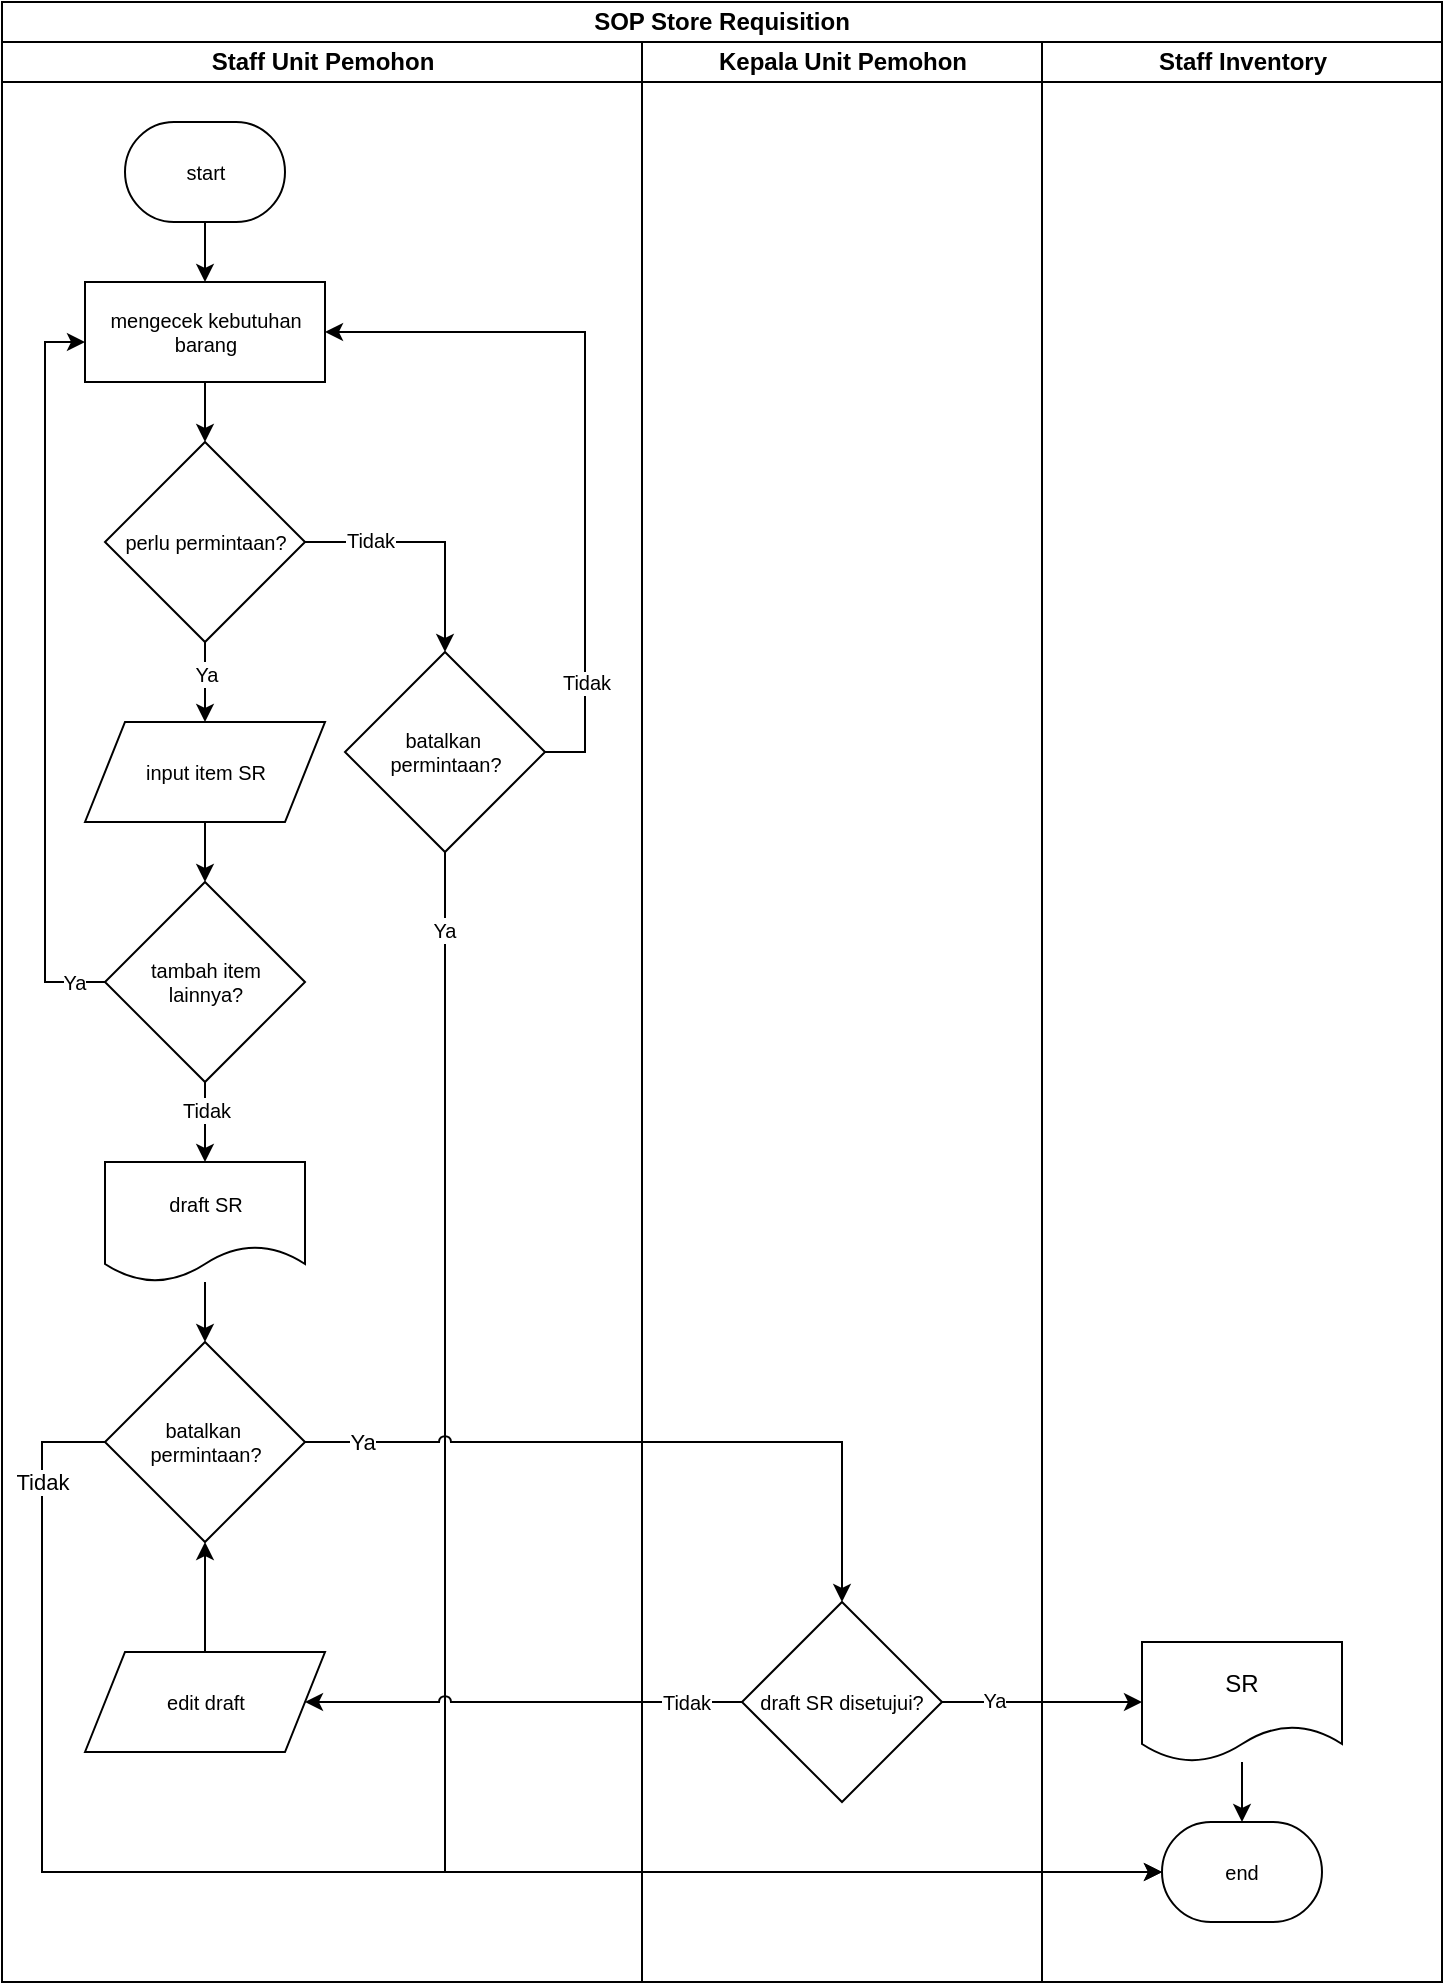
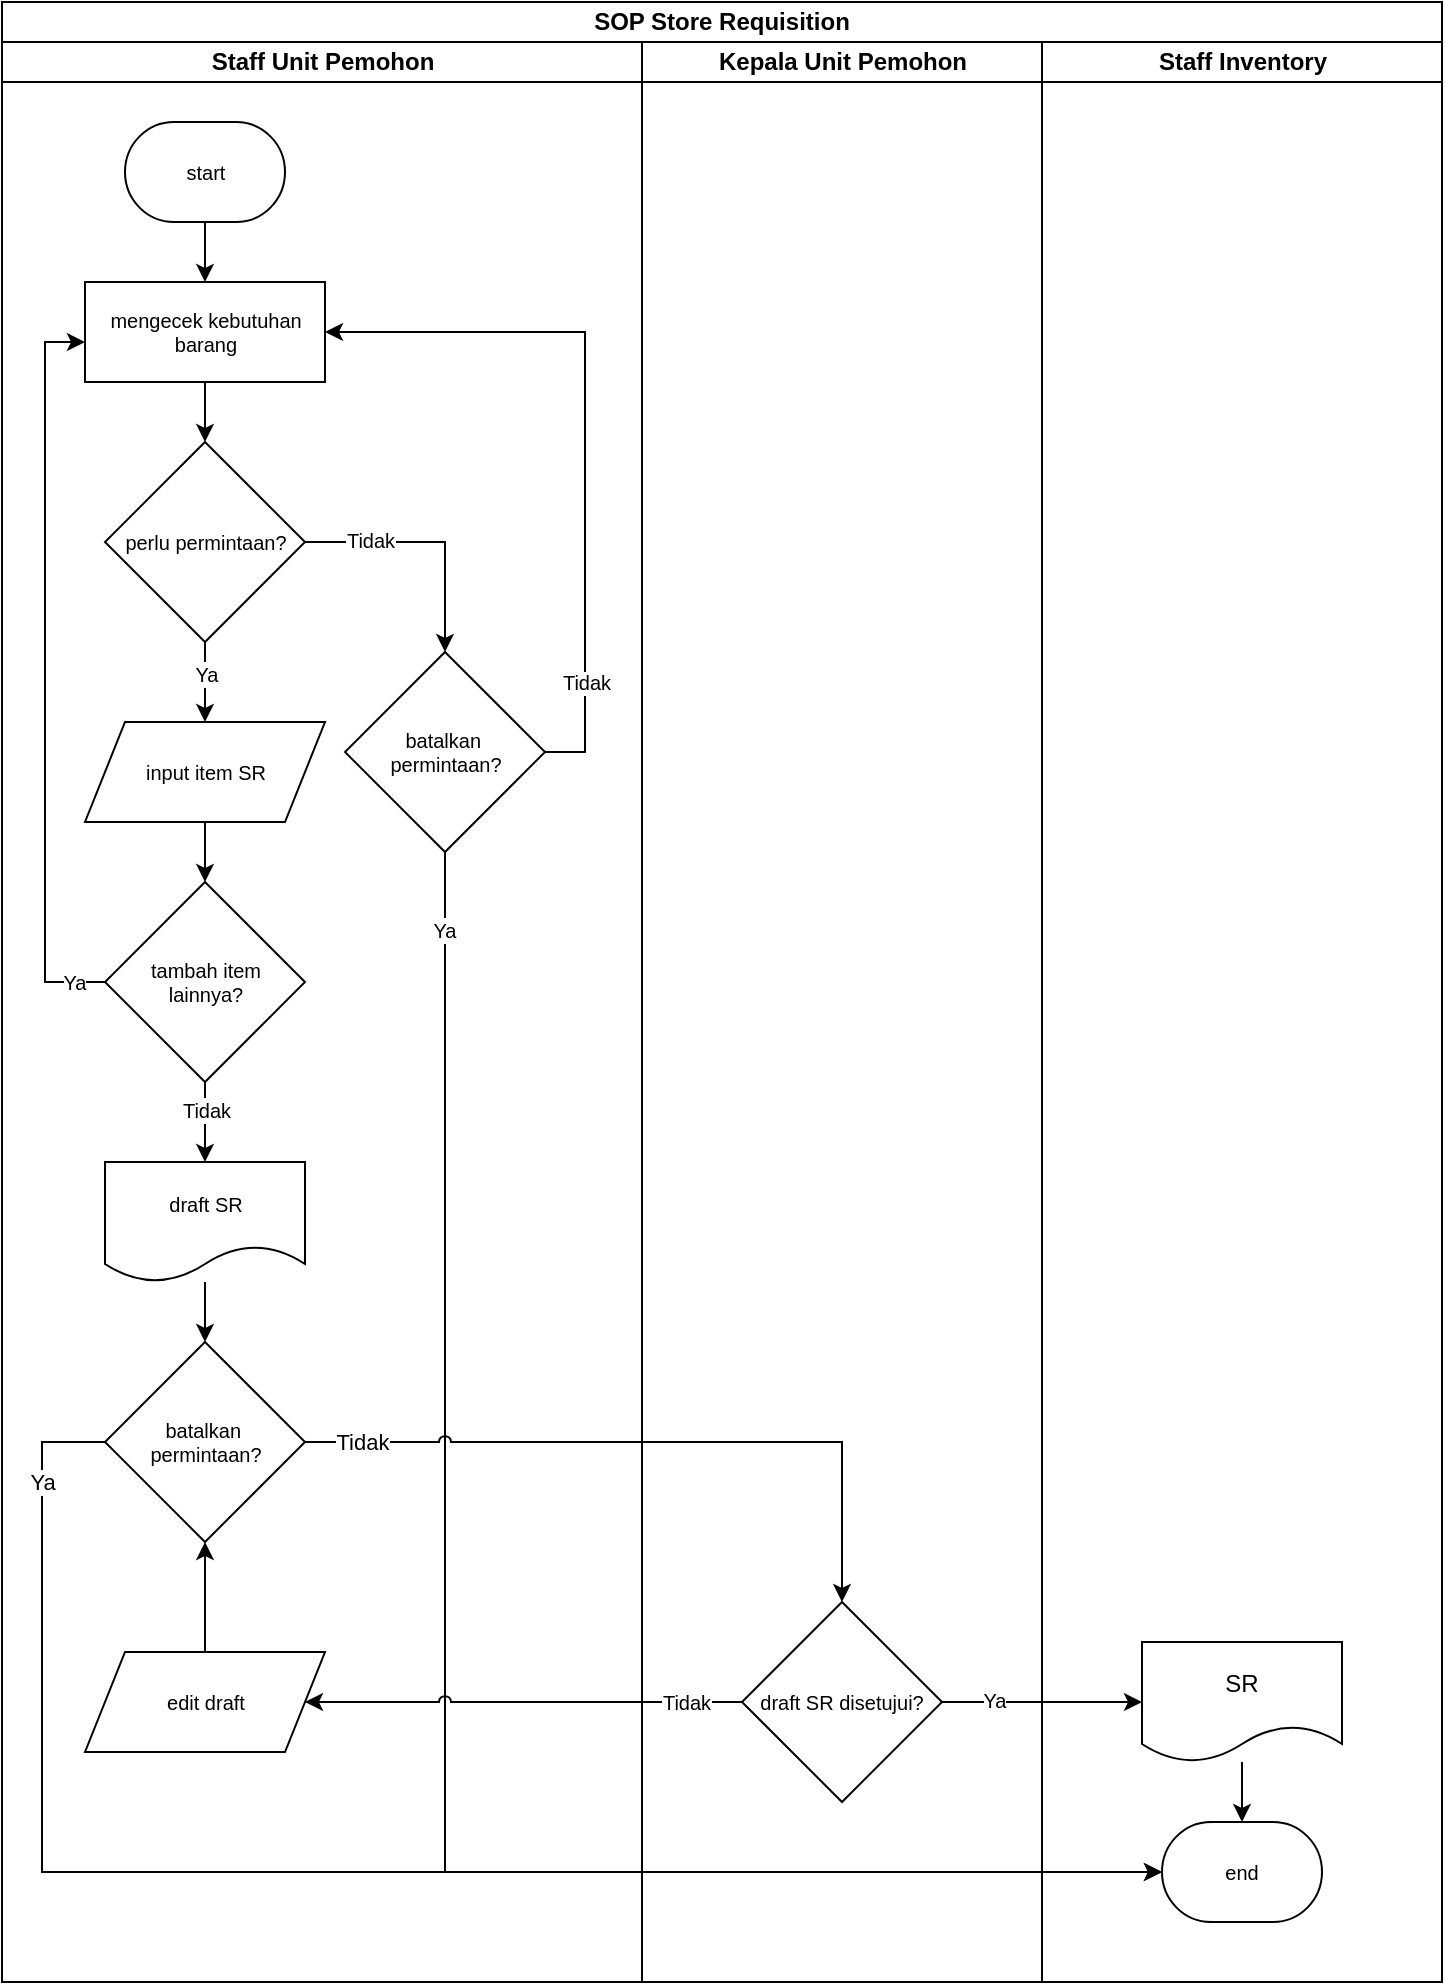
<mxfile host="app.diagrams.net" pages="2">
  <diagram name="SOP SR" id="mYAdajV0IufZudDyt58S">
-     <mxGraphModel dx="1394" dy="786" grid="1" gridSize="10" guides="1" tooltips="1" connect="1" arrows="1" fold="1" page="1" pageScale="1" pageWidth="850" pageHeight="1100" math="0" shadow="0">
+     <mxGraphModel dx="673" dy="379" grid="1" gridSize="10" guides="1" tooltips="1" connect="1" arrows="1" fold="1" page="1" pageScale="1" pageWidth="850" pageHeight="1100" math="0" shadow="0">
      <root>
        <mxCell id="ewqPmyVIHkz6pLOVAfYW-0" />
        <mxCell id="ewqPmyVIHkz6pLOVAfYW-1" parent="ewqPmyVIHkz6pLOVAfYW-0" />
        <mxCell id="ewqPmyVIHkz6pLOVAfYW-2" parent="ewqPmyVIHkz6pLOVAfYW-1" style="swimlane;html=1;childLayout=stackLayout;resizeParent=1;resizeParentMax=0;startSize=20;whiteSpace=wrap;" value="SOP Store Requisition" vertex="1">
          <mxGeometry height="990" width="720" x="600" y="330" as="geometry">
            <mxRectangle height="30" width="210" x="140" y="110" as="alternateBounds" />
          </mxGeometry>
        </mxCell>
        <mxCell id="ewqPmyVIHkz6pLOVAfYW-3" parent="ewqPmyVIHkz6pLOVAfYW-2" style="swimlane;html=1;startSize=20;" value="Staff Unit Pemohon" vertex="1">
          <mxGeometry height="970" width="320" y="20" as="geometry" />
        </mxCell>
        <mxCell id="ewqPmyVIHkz6pLOVAfYW-4" parent="ewqPmyVIHkz6pLOVAfYW-3" style="strokeWidth=1;html=1;shape=mxgraph.flowchart.terminator;whiteSpace=wrap;fontSize=10;align=center;horizontal=1;spacing=0;" value="start" vertex="1">
          <mxGeometry height="50" width="80" x="61.5" y="40" as="geometry" />
        </mxCell>
        <mxCell id="ewqPmyVIHkz6pLOVAfYW-5" parent="ewqPmyVIHkz6pLOVAfYW-3" style="rounded=0;whiteSpace=wrap;html=1;absoluteArcSize=1;arcSize=7;strokeWidth=1;fontSize=10;" value="mengecek kebutuhan barang" vertex="1">
          <mxGeometry height="50" width="120" x="41.5" y="120" as="geometry" />
        </mxCell>
        <mxCell id="ewqPmyVIHkz6pLOVAfYW-6" edge="1" parent="ewqPmyVIHkz6pLOVAfYW-3" source="ewqPmyVIHkz6pLOVAfYW-5" style="edgeStyle=orthogonalEdgeStyle;rounded=0;orthogonalLoop=1;jettySize=auto;html=1;" value="">
          <mxGeometry relative="1" as="geometry">
            <mxPoint x="101.5" y="200" as="targetPoint" />
          </mxGeometry>
        </mxCell>
        <mxCell id="ewqPmyVIHkz6pLOVAfYW-7" edge="1" parent="ewqPmyVIHkz6pLOVAfYW-3" source="ewqPmyVIHkz6pLOVAfYW-4" style="edgeStyle=orthogonalEdgeStyle;rounded=0;orthogonalLoop=1;jettySize=auto;html=1;" target="ewqPmyVIHkz6pLOVAfYW-5" value="">
          <mxGeometry relative="1" as="geometry" />
        </mxCell>
        <mxCell id="ewqPmyVIHkz6pLOVAfYW-8" edge="1" parent="ewqPmyVIHkz6pLOVAfYW-3" source="ewqPmyVIHkz6pLOVAfYW-9" style="edgeStyle=orthogonalEdgeStyle;rounded=0;orthogonalLoop=1;jettySize=auto;html=1;entryX=0.5;entryY=0;entryDx=0;entryDy=0;" target="ewqPmyVIHkz6pLOVAfYW-14" value="">
          <mxGeometry relative="1" as="geometry">
            <mxPoint x="101.52564102564111" y="330" as="targetPoint" />
          </mxGeometry>
        </mxCell>
        <mxCell id="OhGSODvtPTQOCyl8h_7D-8" connectable="0" parent="ewqPmyVIHkz6pLOVAfYW-8" style="edgeLabel;html=1;align=center;verticalAlign=middle;resizable=0;points=[];" value="&lt;font style=&quot;font-size: 10px;&quot;&gt;Ya&lt;/font&gt;" vertex="1">
          <mxGeometry relative="1" x="-0.6444" y="-1" as="geometry">
            <mxPoint x="1" y="9" as="offset" />
          </mxGeometry>
        </mxCell>
        <mxCell id="ewqPmyVIHkz6pLOVAfYW-9" parent="ewqPmyVIHkz6pLOVAfYW-3" style="rhombus;whiteSpace=wrap;html=1;fontSize=10;" value="perlu permintaan?" vertex="1">
          <mxGeometry height="100" width="100" x="51.5" y="200" as="geometry" />
        </mxCell>
        <mxCell id="ewqPmyVIHkz6pLOVAfYW-10" edge="1" parent="ewqPmyVIHkz6pLOVAfYW-3" source="ewqPmyVIHkz6pLOVAfYW-14" style="edgeStyle=orthogonalEdgeStyle;rounded=0;orthogonalLoop=1;jettySize=auto;html=1;" target="ewqPmyVIHkz6pLOVAfYW-13" value="">
          <mxGeometry relative="1" as="geometry">
            <Array as="points" />
            <mxPoint x="101.5" y="380" as="sourcePoint" />
          </mxGeometry>
        </mxCell>
        <mxCell id="ewqPmyVIHkz6pLOVAfYW-11" edge="1" parent="ewqPmyVIHkz6pLOVAfYW-3" source="ewqPmyVIHkz6pLOVAfYW-13" style="edgeStyle=orthogonalEdgeStyle;rounded=0;orthogonalLoop=1;jettySize=auto;html=1;" target="ewqPmyVIHkz6pLOVAfYW-5">
          <mxGeometry relative="1" as="geometry">
            <Array as="points">
              <mxPoint x="21.5" y="470" />
              <mxPoint x="21.5" y="150" />
            </Array>
            <mxPoint x="101.5" y="110" as="targetPoint" />
          </mxGeometry>
        </mxCell>
        <mxCell id="OhGSODvtPTQOCyl8h_7D-11" connectable="0" parent="ewqPmyVIHkz6pLOVAfYW-11" style="edgeLabel;html=1;align=center;verticalAlign=middle;resizable=0;points=[];" value="&lt;font style=&quot;font-size: 10px;&quot;&gt;Ya&lt;/font&gt;" vertex="1">
          <mxGeometry relative="1" x="-0.913" as="geometry">
            <mxPoint as="offset" />
          </mxGeometry>
        </mxCell>
        <mxCell id="ewqPmyVIHkz6pLOVAfYW-12" edge="1" parent="ewqPmyVIHkz6pLOVAfYW-3" source="ewqPmyVIHkz6pLOVAfYW-13" style="edgeStyle=orthogonalEdgeStyle;rounded=0;orthogonalLoop=1;jettySize=auto;html=1;entryX=0.5;entryY=0;entryDx=0;entryDy=0;" target="ewqPmyVIHkz6pLOVAfYW-15" value="">
          <mxGeometry relative="1" as="geometry">
            <mxPoint x="101.5" y="550" as="targetPoint" />
          </mxGeometry>
        </mxCell>
        <mxCell id="OhGSODvtPTQOCyl8h_7D-13" connectable="0" parent="ewqPmyVIHkz6pLOVAfYW-12" style="edgeLabel;html=1;align=center;verticalAlign=middle;resizable=0;points=[];" value="&lt;font style=&quot;font-size: 10px;&quot;&gt;Tidak&lt;/font&gt;" vertex="1">
          <mxGeometry relative="1" x="-0.49" y="-1" as="geometry">
            <mxPoint x="1" y="4" as="offset" />
          </mxGeometry>
        </mxCell>
        <mxCell id="ewqPmyVIHkz6pLOVAfYW-13" parent="ewqPmyVIHkz6pLOVAfYW-3" style="rhombus;whiteSpace=wrap;html=1;fontSize=10;" value="tambah item&lt;div&gt;lainnya?&lt;/div&gt;" vertex="1">
          <mxGeometry height="100" width="100" x="51.5" y="420" as="geometry" />
        </mxCell>
        <mxCell id="ewqPmyVIHkz6pLOVAfYW-14" parent="ewqPmyVIHkz6pLOVAfYW-3" style="shape=parallelogram;perimeter=parallelogramPerimeter;whiteSpace=wrap;html=1;fixedSize=1;" value="&lt;div style=&quot;&quot;&gt;&lt;span style=&quot;font-size: 10px;&quot;&gt;input item SR&lt;/span&gt;&lt;/div&gt;" vertex="1">
          <mxGeometry height="50" width="120" x="41.5" y="340" as="geometry" />
        </mxCell>
        <mxCell id="OhGSODvtPTQOCyl8h_7D-12" edge="1" parent="ewqPmyVIHkz6pLOVAfYW-3" source="ewqPmyVIHkz6pLOVAfYW-15" style="edgeStyle=orthogonalEdgeStyle;rounded=0;orthogonalLoop=1;jettySize=auto;html=1;entryX=0.5;entryY=0;entryDx=0;entryDy=0;" target="OhGSODvtPTQOCyl8h_7D-0">
          <mxGeometry relative="1" as="geometry" />
        </mxCell>
        <mxCell id="ewqPmyVIHkz6pLOVAfYW-15" parent="ewqPmyVIHkz6pLOVAfYW-3" style="shape=document;whiteSpace=wrap;html=1;boundedLbl=1;" value="&lt;font style=&quot;font-size: 10px;&quot;&gt;draft SR&lt;/font&gt;" vertex="1">
          <mxGeometry height="60" width="100" x="51.5" y="560" as="geometry" />
        </mxCell>
        <mxCell id="ewqPmyVIHkz6pLOVAfYW-18" edge="1" parent="ewqPmyVIHkz6pLOVAfYW-3" source="ewqPmyVIHkz6pLOVAfYW-9" style="edgeStyle=orthogonalEdgeStyle;rounded=0;orthogonalLoop=1;jettySize=auto;html=1;" target="ewqPmyVIHkz6pLOVAfYW-20">
          <mxGeometry relative="1" as="geometry">
            <Array as="points">
              <mxPoint x="221.5" y="250" />
            </Array>
          </mxGeometry>
        </mxCell>
        <mxCell id="OhGSODvtPTQOCyl8h_7D-7" connectable="0" parent="ewqPmyVIHkz6pLOVAfYW-18" style="edgeLabel;html=1;align=center;verticalAlign=middle;resizable=0;points=[];" value="&lt;span style=&quot;font-size: 10px; white-space: normal;&quot;&gt;Tidak&lt;/span&gt;" vertex="1">
          <mxGeometry relative="1" x="-0.4896" y="1" as="geometry">
            <mxPoint as="offset" />
          </mxGeometry>
        </mxCell>
        <mxCell id="ewqPmyVIHkz6pLOVAfYW-19" edge="1" parent="ewqPmyVIHkz6pLOVAfYW-3" source="ewqPmyVIHkz6pLOVAfYW-20" style="edgeStyle=orthogonalEdgeStyle;rounded=0;orthogonalLoop=1;jettySize=auto;html=1;" target="ewqPmyVIHkz6pLOVAfYW-5">
          <mxGeometry relative="1" as="geometry">
            <Array as="points">
              <mxPoint x="291.5" y="355" />
              <mxPoint x="291.5" y="145" />
            </Array>
          </mxGeometry>
        </mxCell>
        <mxCell id="OhGSODvtPTQOCyl8h_7D-6" connectable="0" parent="ewqPmyVIHkz6pLOVAfYW-19" style="edgeLabel;html=1;align=center;verticalAlign=middle;resizable=0;points=[];fontSize=10;" value="Tidak" vertex="1">
          <mxGeometry relative="1" x="-0.5585" as="geometry">
            <mxPoint y="24" as="offset" />
          </mxGeometry>
        </mxCell>
        <mxCell id="ewqPmyVIHkz6pLOVAfYW-20" parent="ewqPmyVIHkz6pLOVAfYW-3" style="rhombus;whiteSpace=wrap;html=1;fontSize=10;" value="batalkan&amp;nbsp;&lt;div&gt;permintaan?&lt;/div&gt;" vertex="1">
          <mxGeometry height="100" width="100" x="171.5" y="305" as="geometry" />
        </mxCell>
        <mxCell id="OhGSODvtPTQOCyl8h_7D-0" parent="ewqPmyVIHkz6pLOVAfYW-3" style="rhombus;whiteSpace=wrap;html=1;fontSize=10;" value="batalkan&amp;nbsp;&lt;div&gt;permintaan?&lt;/div&gt;" vertex="1">
          <mxGeometry height="100" width="100" x="51.5" y="650" as="geometry" />
        </mxCell>
        <mxCell id="ewqPmyVIHkz6pLOVAfYW-16" edge="1" parent="ewqPmyVIHkz6pLOVAfYW-3" source="ewqPmyVIHkz6pLOVAfYW-17" style="edgeStyle=orthogonalEdgeStyle;rounded=0;orthogonalLoop=1;jettySize=auto;html=1;entryX=0.5;entryY=1;entryDx=0;entryDy=0;" target="OhGSODvtPTQOCyl8h_7D-0" value="">
          <mxGeometry relative="1" as="geometry">
            <mxPoint x="131.5" y="770" as="targetPoint" />
          </mxGeometry>
        </mxCell>
        <mxCell id="ewqPmyVIHkz6pLOVAfYW-17" parent="ewqPmyVIHkz6pLOVAfYW-3" style="shape=parallelogram;perimeter=parallelogramPerimeter;whiteSpace=wrap;html=1;fixedSize=1;" value="&lt;span style=&quot;font-size: 10px;&quot;&gt;edit draft&lt;/span&gt;" vertex="1">
          <mxGeometry height="50" width="120" x="41.5" y="805" as="geometry" />
        </mxCell>
        <mxCell id="ewqPmyVIHkz6pLOVAfYW-27" parent="ewqPmyVIHkz6pLOVAfYW-2" style="swimlane;html=1;startSize=20;" value="Kepala Unit Pemohon" vertex="1">
          <mxGeometry height="970" width="200" x="320" y="20" as="geometry" />
        </mxCell>
        <mxCell id="ewqPmyVIHkz6pLOVAfYW-31" parent="ewqPmyVIHkz6pLOVAfYW-2" style="swimlane;html=1;startSize=20;" value="Staff Inventory" vertex="1">
          <mxGeometry height="970" width="200" x="520" y="20" as="geometry">
            <mxRectangle height="810" width="40" x="490" y="20" as="alternateBounds" />
          </mxGeometry>
        </mxCell>
        <mxCell id="ewqPmyVIHkz6pLOVAfYW-28" parent="ewqPmyVIHkz6pLOVAfYW-31" style="rhombus;whiteSpace=wrap;html=1;fontSize=10;" value="draft SR disetujui?" vertex="1">
          <mxGeometry height="100" width="100" x="-150" y="780" as="geometry" />
        </mxCell>
        <mxCell id="ewqPmyVIHkz6pLOVAfYW-32" edge="1" parent="ewqPmyVIHkz6pLOVAfYW-31" source="ewqPmyVIHkz6pLOVAfYW-33" style="edgeStyle=orthogonalEdgeStyle;rounded=0;orthogonalLoop=1;jettySize=auto;html=1;" target="ewqPmyVIHkz6pLOVAfYW-34" value="">
          <mxGeometry relative="1" as="geometry" />
        </mxCell>
        <mxCell id="ewqPmyVIHkz6pLOVAfYW-33" parent="ewqPmyVIHkz6pLOVAfYW-31" style="shape=document;whiteSpace=wrap;html=1;boundedLbl=1;" value="SR" vertex="1">
          <mxGeometry height="60" width="100" x="50" y="800" as="geometry" />
        </mxCell>
        <mxCell id="ewqPmyVIHkz6pLOVAfYW-34" parent="ewqPmyVIHkz6pLOVAfYW-31" style="strokeWidth=1;html=1;shape=mxgraph.flowchart.terminator;whiteSpace=wrap;fontSize=10;align=center;horizontal=1;spacing=0;" value="end" vertex="1">
          <mxGeometry height="50" width="80" x="60" y="890" as="geometry" />
        </mxCell>
        <mxCell id="ewqPmyVIHkz6pLOVAfYW-36" edge="1" parent="ewqPmyVIHkz6pLOVAfYW-31" source="ewqPmyVIHkz6pLOVAfYW-28" style="edgeStyle=orthogonalEdgeStyle;rounded=0;orthogonalLoop=1;jettySize=auto;html=1;" target="ewqPmyVIHkz6pLOVAfYW-33" value="">
          <mxGeometry relative="1" as="geometry" />
        </mxCell>
        <mxCell id="OhGSODvtPTQOCyl8h_7D-15" connectable="0" parent="ewqPmyVIHkz6pLOVAfYW-36" style="edgeLabel;html=1;align=center;verticalAlign=middle;resizable=0;points=[];" value="&lt;font style=&quot;font-size: 10px;&quot;&gt;Ya&lt;/font&gt;" vertex="1">
          <mxGeometry relative="1" x="-0.479" y="1" as="geometry">
            <mxPoint as="offset" />
          </mxGeometry>
        </mxCell>
        <mxCell id="ewqPmyVIHkz6pLOVAfYW-38" edge="1" parent="ewqPmyVIHkz6pLOVAfYW-2" source="ewqPmyVIHkz6pLOVAfYW-20" style="edgeStyle=orthogonalEdgeStyle;rounded=0;orthogonalLoop=1;jettySize=auto;html=1;jumpStyle=arc;" target="ewqPmyVIHkz6pLOVAfYW-34">
          <mxGeometry relative="1" as="geometry">
            <Array as="points">
              <mxPoint x="222" y="935" />
            </Array>
          </mxGeometry>
        </mxCell>
        <mxCell id="OhGSODvtPTQOCyl8h_7D-10" connectable="0" parent="ewqPmyVIHkz6pLOVAfYW-38" style="edgeLabel;html=1;align=center;verticalAlign=middle;resizable=0;points=[];" value="&lt;font style=&quot;font-size: 10px;&quot;&gt;Ya&lt;/font&gt;" vertex="1">
          <mxGeometry relative="1" x="-0.9101" y="-1" as="geometry">
            <mxPoint as="offset" />
          </mxGeometry>
        </mxCell>
        <mxCell id="ewqPmyVIHkz6pLOVAfYW-35" edge="1" parent="ewqPmyVIHkz6pLOVAfYW-2" source="OhGSODvtPTQOCyl8h_7D-0" style="edgeStyle=orthogonalEdgeStyle;rounded=0;orthogonalLoop=1;jettySize=auto;html=1;exitX=1;exitY=0.5;exitDx=0;exitDy=0;jumpStyle=arc;" target="ewqPmyVIHkz6pLOVAfYW-28">
          <mxGeometry relative="1" as="geometry">
            <mxPoint x="170" y="760" as="sourcePoint" />
          </mxGeometry>
        </mxCell>
-         <mxCell id="OhGSODvtPTQOCyl8h_7D-3" connectable="0" parent="ewqPmyVIHkz6pLOVAfYW-35" style="edgeLabel;html=1;align=center;verticalAlign=middle;resizable=0;points=[];" value="Ya" vertex="1">
+         <mxCell id="OhGSODvtPTQOCyl8h_7D-3" connectable="0" parent="ewqPmyVIHkz6pLOVAfYW-35" style="edgeLabel;html=1;align=center;verticalAlign=middle;resizable=0;points=[];" value="Tidak" vertex="1">
          <mxGeometry relative="1" x="-0.7504" y="-1" as="geometry">
            <mxPoint x="-15" y="-1" as="offset" />
          </mxGeometry>
        </mxCell>
        <mxCell id="OhGSODvtPTQOCyl8h_7D-1" edge="1" parent="ewqPmyVIHkz6pLOVAfYW-2" source="OhGSODvtPTQOCyl8h_7D-0" style="edgeStyle=orthogonalEdgeStyle;rounded=0;orthogonalLoop=1;jettySize=auto;html=1;entryX=0;entryY=0.5;entryDx=0;entryDy=0;entryPerimeter=0;jumpStyle=arc;" target="ewqPmyVIHkz6pLOVAfYW-34">
          <mxGeometry relative="1" as="geometry">
            <Array as="points">
              <mxPoint x="20" y="720" />
              <mxPoint x="20" y="935" />
            </Array>
          </mxGeometry>
        </mxCell>
-         <mxCell id="OhGSODvtPTQOCyl8h_7D-2" connectable="0" parent="OhGSODvtPTQOCyl8h_7D-1" style="edgeLabel;html=1;align=center;verticalAlign=middle;resizable=0;points=[];" value="Tidak" vertex="1">
+         <mxCell id="OhGSODvtPTQOCyl8h_7D-2" connectable="0" parent="OhGSODvtPTQOCyl8h_7D-1" style="edgeLabel;html=1;align=center;verticalAlign=middle;resizable=0;points=[];" value="Ya" vertex="1">
          <mxGeometry relative="1" x="-0.9591" y="-1" as="geometry">
            <mxPoint x="-15" y="21" as="offset" />
          </mxGeometry>
        </mxCell>
        <mxCell id="ewqPmyVIHkz6pLOVAfYW-37" edge="1" parent="ewqPmyVIHkz6pLOVAfYW-2" source="ewqPmyVIHkz6pLOVAfYW-28" style="edgeStyle=orthogonalEdgeStyle;rounded=0;orthogonalLoop=1;jettySize=auto;html=1;jumpStyle=arc;" target="ewqPmyVIHkz6pLOVAfYW-17">
          <mxGeometry relative="1" as="geometry">
            <Array as="points" />
            <mxPoint x="130" y="850" as="targetPoint" />
          </mxGeometry>
        </mxCell>
        <mxCell id="OhGSODvtPTQOCyl8h_7D-14" connectable="0" parent="ewqPmyVIHkz6pLOVAfYW-37" style="edgeLabel;html=1;align=center;verticalAlign=middle;resizable=0;points=[];" value="&lt;font style=&quot;font-size: 10px;&quot;&gt;Tidak&lt;/font&gt;" vertex="1">
          <mxGeometry relative="1" x="-0.7459" as="geometry">
            <mxPoint as="offset" />
          </mxGeometry>
        </mxCell>
      </root>
    </mxGraphModel>
  </diagram>
  <diagram name="SOP PR" id="-7YdF_Z_4hD_neaPn9do">
    <mxGraphModel dx="849" dy="478" grid="1" gridSize="10" guides="1" tooltips="1" connect="1" arrows="1" fold="1" page="1" pageScale="1" pageWidth="850" pageHeight="1100" math="0" shadow="0">
      <root>
        <mxCell id="0" />
        <mxCell id="1" parent="0" />
        <mxCell id="FgAdxiRBUQnmOL_wIOqZ-3" parent="1" style="swimlane;html=1;childLayout=stackLayout;resizeParent=1;resizeParentMax=0;startSize=20;whiteSpace=wrap;" value="SOP Purchase Requisition" vertex="1">
          <mxGeometry height="830" width="690" x="610" y="360" as="geometry">
            <mxRectangle height="30" width="210" x="140" y="110" as="alternateBounds" />
          </mxGeometry>
        </mxCell>
        <mxCell id="FgAdxiRBUQnmOL_wIOqZ-4" parent="FgAdxiRBUQnmOL_wIOqZ-3" style="swimlane;html=1;startSize=20;" value="Staff Inventory" vertex="1">
          <mxGeometry height="810" width="290" y="20" as="geometry" />
        </mxCell>
        <mxCell id="FgAdxiRBUQnmOL_wIOqZ-5" parent="FgAdxiRBUQnmOL_wIOqZ-4" style="strokeWidth=1;html=1;shape=mxgraph.flowchart.terminator;whiteSpace=wrap;fontSize=10;align=center;horizontal=1;spacing=0;" value="start" vertex="1">
          <mxGeometry height="50" width="80" x="50" y="40" as="geometry" />
        </mxCell>
        <mxCell id="FgAdxiRBUQnmOL_wIOqZ-6" parent="FgAdxiRBUQnmOL_wIOqZ-4" style="rounded=0;whiteSpace=wrap;html=1;absoluteArcSize=1;arcSize=7;strokeWidth=1;fontSize=10;" value="mengecek stok&lt;div&gt;barang&lt;/div&gt;" vertex="1">
          <mxGeometry height="50" width="120" x="30" y="120" as="geometry" />
        </mxCell>
        <mxCell id="FgAdxiRBUQnmOL_wIOqZ-7" edge="1" parent="FgAdxiRBUQnmOL_wIOqZ-4" source="FgAdxiRBUQnmOL_wIOqZ-6" style="edgeStyle=orthogonalEdgeStyle;rounded=0;orthogonalLoop=1;jettySize=auto;html=1;" value="">
          <mxGeometry relative="1" as="geometry">
            <mxPoint x="90" y="200" as="targetPoint" />
          </mxGeometry>
        </mxCell>
        <mxCell id="FgAdxiRBUQnmOL_wIOqZ-8" edge="1" parent="FgAdxiRBUQnmOL_wIOqZ-4" source="FgAdxiRBUQnmOL_wIOqZ-5" style="edgeStyle=orthogonalEdgeStyle;rounded=0;orthogonalLoop=1;jettySize=auto;html=1;" target="FgAdxiRBUQnmOL_wIOqZ-6" value="">
          <mxGeometry relative="1" as="geometry" />
        </mxCell>
        <mxCell id="FgAdxiRBUQnmOL_wIOqZ-9" edge="1" parent="FgAdxiRBUQnmOL_wIOqZ-4" source="FgAdxiRBUQnmOL_wIOqZ-10" style="edgeStyle=orthogonalEdgeStyle;rounded=0;orthogonalLoop=1;jettySize=auto;html=1;" value="">
          <mxGeometry relative="1" as="geometry">
            <mxPoint x="90.02564102564111" y="330" as="targetPoint" />
          </mxGeometry>
        </mxCell>
        <mxCell id="FgAdxiRBUQnmOL_wIOqZ-10" parent="FgAdxiRBUQnmOL_wIOqZ-4" style="rhombus;whiteSpace=wrap;html=1;fontSize=10;" value="perlu&lt;div&gt;pengadaan?&lt;/div&gt;" vertex="1">
          <mxGeometry height="100" width="100" x="40" y="200" as="geometry" />
        </mxCell>
        <mxCell id="FgAdxiRBUQnmOL_wIOqZ-11" edge="1" parent="FgAdxiRBUQnmOL_wIOqZ-4" source="FgAdxiRBUQnmOL_wIOqZ-15" style="edgeStyle=orthogonalEdgeStyle;rounded=0;orthogonalLoop=1;jettySize=auto;html=1;" target="FgAdxiRBUQnmOL_wIOqZ-14" value="">
          <mxGeometry relative="1" as="geometry">
            <Array as="points" />
            <mxPoint x="90" y="380" as="sourcePoint" />
          </mxGeometry>
        </mxCell>
        <mxCell id="FgAdxiRBUQnmOL_wIOqZ-12" edge="1" parent="FgAdxiRBUQnmOL_wIOqZ-4" source="FgAdxiRBUQnmOL_wIOqZ-14" style="edgeStyle=orthogonalEdgeStyle;rounded=0;orthogonalLoop=1;jettySize=auto;html=1;" target="FgAdxiRBUQnmOL_wIOqZ-6">
          <mxGeometry relative="1" as="geometry">
            <Array as="points">
              <mxPoint x="10" y="470" />
              <mxPoint x="10" y="150" />
            </Array>
            <mxPoint x="90" y="110" as="targetPoint" />
          </mxGeometry>
        </mxCell>
        <mxCell id="FgAdxiRBUQnmOL_wIOqZ-13" edge="1" parent="FgAdxiRBUQnmOL_wIOqZ-4" source="FgAdxiRBUQnmOL_wIOqZ-14" style="edgeStyle=orthogonalEdgeStyle;rounded=0;orthogonalLoop=1;jettySize=auto;html=1;" value="">
          <mxGeometry relative="1" as="geometry">
            <mxPoint x="90" y="550" as="targetPoint" />
          </mxGeometry>
        </mxCell>
        <mxCell id="FgAdxiRBUQnmOL_wIOqZ-14" parent="FgAdxiRBUQnmOL_wIOqZ-4" style="rhombus;whiteSpace=wrap;html=1;fontSize=10;" value="tambah item&lt;div&gt;lainnya?&lt;/div&gt;" vertex="1">
          <mxGeometry height="100" width="100" x="40" y="420" as="geometry" />
        </mxCell>
        <mxCell id="FgAdxiRBUQnmOL_wIOqZ-15" parent="FgAdxiRBUQnmOL_wIOqZ-4" style="shape=parallelogram;perimeter=parallelogramPerimeter;whiteSpace=wrap;html=1;fixedSize=1;" value="&lt;div style=&quot;font-size: 10px;&quot;&gt;&lt;font style=&quot;font-size: 10px;&quot;&gt;input&lt;/font&gt;&lt;/div&gt;&lt;div style=&quot;font-size: 10px;&quot;&gt;&lt;font style=&quot;font-size: 10px;&quot;&gt;item PR&lt;/font&gt;&lt;/div&gt;" vertex="1">
          <mxGeometry height="50" width="120" x="30" y="330" as="geometry" />
        </mxCell>
        <mxCell id="FgAdxiRBUQnmOL_wIOqZ-16" parent="FgAdxiRBUQnmOL_wIOqZ-4" style="shape=document;whiteSpace=wrap;html=1;boundedLbl=1;" value="&lt;font style=&quot;font-size: 10px;&quot;&gt;draft PR&lt;/font&gt;" vertex="1">
          <mxGeometry height="60" width="100" x="40" y="550" as="geometry" />
        </mxCell>
        <mxCell id="FgAdxiRBUQnmOL_wIOqZ-17" edge="1" parent="FgAdxiRBUQnmOL_wIOqZ-4" source="FgAdxiRBUQnmOL_wIOqZ-18" style="edgeStyle=orthogonalEdgeStyle;rounded=0;orthogonalLoop=1;jettySize=auto;html=1;" target="FgAdxiRBUQnmOL_wIOqZ-16" value="">
          <mxGeometry relative="1" as="geometry" />
        </mxCell>
        <mxCell id="FgAdxiRBUQnmOL_wIOqZ-18" parent="FgAdxiRBUQnmOL_wIOqZ-4" style="shape=parallelogram;perimeter=parallelogramPerimeter;whiteSpace=wrap;html=1;fixedSize=1;" value="&lt;span style=&quot;font-size: 10px;&quot;&gt;edit draft&lt;/span&gt;" vertex="1">
          <mxGeometry height="50" width="120" x="30" y="645" as="geometry" />
        </mxCell>
        <mxCell id="FgAdxiRBUQnmOL_wIOqZ-19" edge="1" parent="FgAdxiRBUQnmOL_wIOqZ-4" source="FgAdxiRBUQnmOL_wIOqZ-10" style="edgeStyle=orthogonalEdgeStyle;rounded=0;orthogonalLoop=1;jettySize=auto;html=1;" target="FgAdxiRBUQnmOL_wIOqZ-21">
          <mxGeometry relative="1" as="geometry">
            <Array as="points">
              <mxPoint x="210" y="250" />
            </Array>
          </mxGeometry>
        </mxCell>
        <mxCell id="FgAdxiRBUQnmOL_wIOqZ-20" edge="1" parent="FgAdxiRBUQnmOL_wIOqZ-4" source="FgAdxiRBUQnmOL_wIOqZ-21" style="edgeStyle=orthogonalEdgeStyle;rounded=0;orthogonalLoop=1;jettySize=auto;html=1;" target="FgAdxiRBUQnmOL_wIOqZ-6">
          <mxGeometry relative="1" as="geometry">
            <Array as="points">
              <mxPoint x="280" y="355" />
              <mxPoint x="280" y="145" />
            </Array>
          </mxGeometry>
        </mxCell>
        <mxCell id="FgAdxiRBUQnmOL_wIOqZ-21" parent="FgAdxiRBUQnmOL_wIOqZ-4" style="rhombus;whiteSpace=wrap;html=1;fontSize=10;" value="batalkan&lt;div&gt;pengadaan?&lt;/div&gt;" vertex="1">
          <mxGeometry height="100" width="100" x="160" y="305" as="geometry" />
        </mxCell>
        <mxCell id="FgAdxiRBUQnmOL_wIOqZ-22" parent="FgAdxiRBUQnmOL_wIOqZ-4" style="text;html=1;align=center;verticalAlign=middle;whiteSpace=wrap;rounded=0;" value="&lt;font style=&quot;font-size: 10px;&quot;&gt;tidak&lt;/font&gt;" vertex="1">
          <mxGeometry height="30" width="60" x="120" y="228" as="geometry" />
        </mxCell>
        <mxCell id="FgAdxiRBUQnmOL_wIOqZ-23" parent="FgAdxiRBUQnmOL_wIOqZ-4" style="text;html=1;align=center;verticalAlign=middle;whiteSpace=wrap;rounded=0;" value="&lt;font style=&quot;font-size: 10px;&quot;&gt;ya&lt;/font&gt;" vertex="1">
          <mxGeometry height="30" width="60" x="70" y="290" as="geometry" />
        </mxCell>
        <mxCell id="FgAdxiRBUQnmOL_wIOqZ-24" parent="FgAdxiRBUQnmOL_wIOqZ-4" style="text;html=1;align=center;verticalAlign=middle;whiteSpace=wrap;rounded=0;" value="&lt;font style=&quot;font-size: 10px;&quot;&gt;tidak&lt;/font&gt;" vertex="1">
          <mxGeometry height="30" width="60" x="237" y="330" as="geometry" />
        </mxCell>
        <mxCell id="FgAdxiRBUQnmOL_wIOqZ-25" parent="FgAdxiRBUQnmOL_wIOqZ-4" style="text;html=1;align=center;verticalAlign=middle;whiteSpace=wrap;rounded=0;" value="&lt;font style=&quot;font-size: 10px;&quot;&gt;ya&lt;/font&gt;" vertex="1">
          <mxGeometry height="30" width="60" x="190" y="390" as="geometry" />
        </mxCell>
        <mxCell id="FgAdxiRBUQnmOL_wIOqZ-26" parent="FgAdxiRBUQnmOL_wIOqZ-4" style="text;html=1;align=center;verticalAlign=middle;whiteSpace=wrap;rounded=0;" value="&lt;font style=&quot;font-size: 10px;&quot;&gt;tidak&lt;/font&gt;" vertex="1">
          <mxGeometry height="30" width="60" x="80" y="510" as="geometry" />
        </mxCell>
        <mxCell id="FgAdxiRBUQnmOL_wIOqZ-27" parent="FgAdxiRBUQnmOL_wIOqZ-4" style="text;html=1;align=center;verticalAlign=middle;whiteSpace=wrap;rounded=0;" value="&lt;font style=&quot;font-size: 10px;&quot;&gt;ya&lt;/font&gt;" vertex="1">
          <mxGeometry height="30" width="60" y="440" as="geometry" />
        </mxCell>
        <mxCell id="FgAdxiRBUQnmOL_wIOqZ-28" parent="FgAdxiRBUQnmOL_wIOqZ-3" style="swimlane;html=1;startSize=20;" value="Kepala Inventory" vertex="1">
          <mxGeometry height="810" width="200" x="290" y="20" as="geometry" />
        </mxCell>
        <mxCell id="FgAdxiRBUQnmOL_wIOqZ-29" parent="FgAdxiRBUQnmOL_wIOqZ-28" style="rhombus;whiteSpace=wrap;html=1;fontSize=10;" value="draft PR&lt;div&gt;disetujui?&lt;/div&gt;" vertex="1">
          <mxGeometry height="100" width="100" x="50" y="620" as="geometry" />
        </mxCell>
        <mxCell id="FgAdxiRBUQnmOL_wIOqZ-30" parent="FgAdxiRBUQnmOL_wIOqZ-28" style="text;html=1;align=center;verticalAlign=middle;whiteSpace=wrap;rounded=0;" value="&lt;font style=&quot;font-size: 10px;&quot;&gt;tidak&lt;/font&gt;" vertex="1">
          <mxGeometry height="30" width="60" x="10" y="640" as="geometry" />
        </mxCell>
        <mxCell id="FgAdxiRBUQnmOL_wIOqZ-31" parent="FgAdxiRBUQnmOL_wIOqZ-28" style="text;html=1;align=center;verticalAlign=middle;whiteSpace=wrap;rounded=0;" value="&lt;font style=&quot;font-size: 10px;&quot;&gt;ya&lt;/font&gt;" vertex="1">
          <mxGeometry height="30" width="60" x="130" y="640" as="geometry" />
        </mxCell>
        <mxCell id="FgAdxiRBUQnmOL_wIOqZ-32" parent="FgAdxiRBUQnmOL_wIOqZ-3" style="swimlane;html=1;startSize=20;" value="Staff Purchasing" vertex="1">
          <mxGeometry height="810" width="200" x="490" y="20" as="geometry">
            <mxRectangle height="810" width="40" x="490" y="20" as="alternateBounds" />
          </mxGeometry>
        </mxCell>
        <mxCell id="FgAdxiRBUQnmOL_wIOqZ-33" edge="1" parent="FgAdxiRBUQnmOL_wIOqZ-32" source="FgAdxiRBUQnmOL_wIOqZ-34" style="edgeStyle=orthogonalEdgeStyle;rounded=0;orthogonalLoop=1;jettySize=auto;html=1;" target="FgAdxiRBUQnmOL_wIOqZ-35" value="">
          <mxGeometry relative="1" as="geometry" />
        </mxCell>
        <mxCell id="FgAdxiRBUQnmOL_wIOqZ-34" parent="FgAdxiRBUQnmOL_wIOqZ-32" style="shape=document;whiteSpace=wrap;html=1;boundedLbl=1;" value="PR" vertex="1">
          <mxGeometry height="60" width="100" x="50" y="640" as="geometry" />
        </mxCell>
        <mxCell id="FgAdxiRBUQnmOL_wIOqZ-35" parent="FgAdxiRBUQnmOL_wIOqZ-32" style="strokeWidth=1;html=1;shape=mxgraph.flowchart.terminator;whiteSpace=wrap;fontSize=10;align=center;horizontal=1;spacing=0;" value="end" vertex="1">
          <mxGeometry height="50" width="80" x="60" y="730" as="geometry" />
        </mxCell>
        <mxCell id="FgAdxiRBUQnmOL_wIOqZ-36" edge="1" parent="FgAdxiRBUQnmOL_wIOqZ-3" source="FgAdxiRBUQnmOL_wIOqZ-16" style="edgeStyle=orthogonalEdgeStyle;rounded=0;orthogonalLoop=1;jettySize=auto;html=1;" target="FgAdxiRBUQnmOL_wIOqZ-29">
          <mxGeometry relative="1" as="geometry" />
        </mxCell>
        <mxCell id="FgAdxiRBUQnmOL_wIOqZ-37" edge="1" parent="FgAdxiRBUQnmOL_wIOqZ-3" source="FgAdxiRBUQnmOL_wIOqZ-29" style="edgeStyle=orthogonalEdgeStyle;rounded=0;orthogonalLoop=1;jettySize=auto;html=1;" target="FgAdxiRBUQnmOL_wIOqZ-34" value="">
          <mxGeometry relative="1" as="geometry" />
        </mxCell>
        <mxCell id="FgAdxiRBUQnmOL_wIOqZ-38" edge="1" parent="FgAdxiRBUQnmOL_wIOqZ-3" source="FgAdxiRBUQnmOL_wIOqZ-29" style="edgeStyle=orthogonalEdgeStyle;rounded=0;orthogonalLoop=1;jettySize=auto;html=1;" target="FgAdxiRBUQnmOL_wIOqZ-18">
          <mxGeometry relative="1" as="geometry">
            <Array as="points" />
            <mxPoint x="100" y="690" as="targetPoint" />
          </mxGeometry>
        </mxCell>
        <mxCell id="FgAdxiRBUQnmOL_wIOqZ-39" edge="1" parent="FgAdxiRBUQnmOL_wIOqZ-3" source="FgAdxiRBUQnmOL_wIOqZ-21" style="edgeStyle=orthogonalEdgeStyle;rounded=0;orthogonalLoop=1;jettySize=auto;html=1;jumpStyle=arc;" target="FgAdxiRBUQnmOL_wIOqZ-35">
          <mxGeometry relative="1" as="geometry">
            <Array as="points">
              <mxPoint x="210" y="780" />
            </Array>
          </mxGeometry>
        </mxCell>
      </root>
    </mxGraphModel>
  </diagram>
</mxfile>
